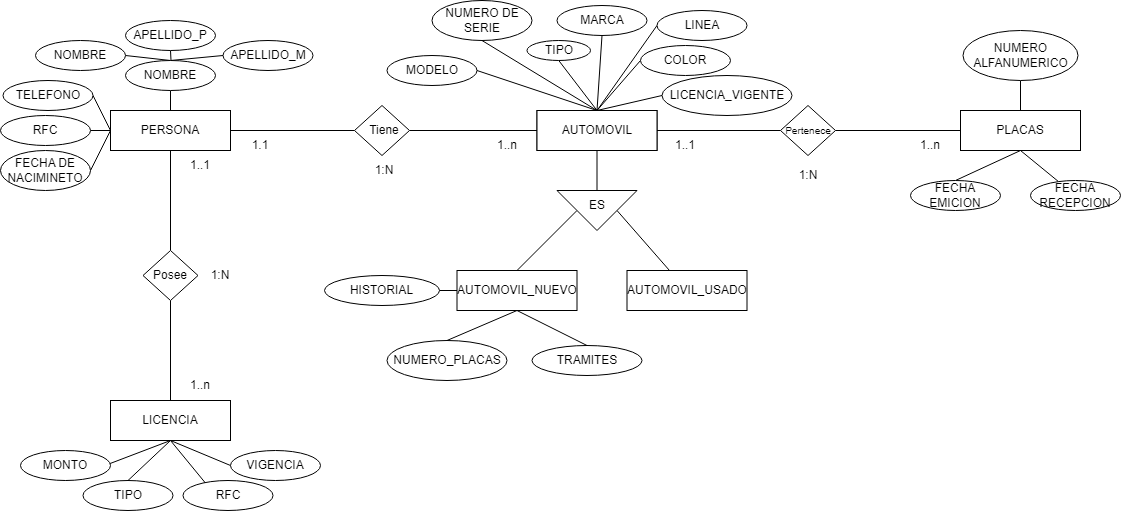
The draw.io diagram Diagramas/AgenciaFiscal.drawio.png in Melle23/Proyecto-BDA, before a commit. Source tidied: cells renumbered, new cells last; positions are measured from the earlier drawing's top-left corner, leaving out a move shared by most shapes.
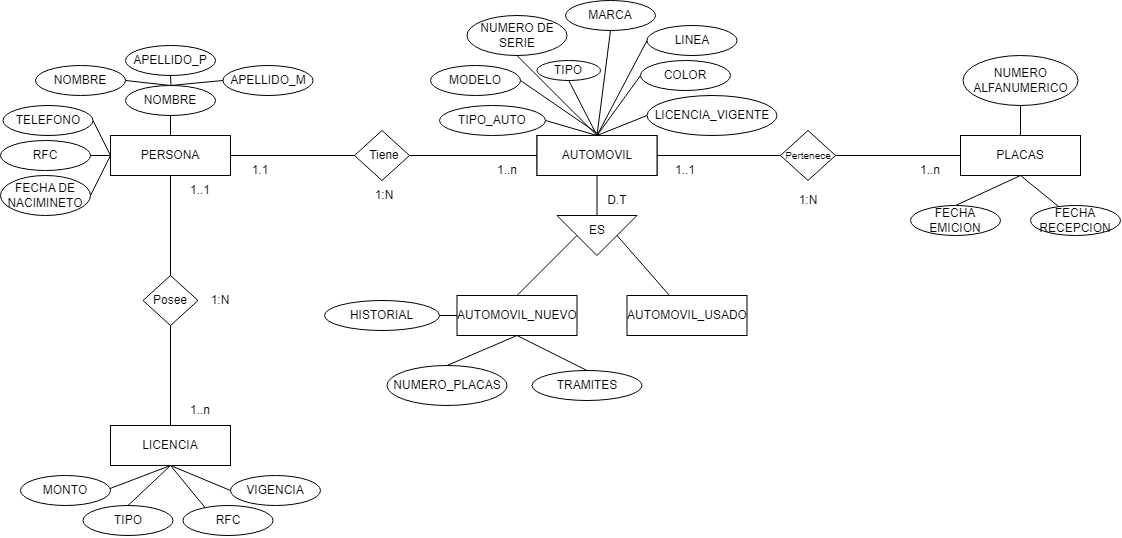
The same diagram one commit later.

What changed in the source:
```diff
@@ -114,45 +114,43 @@
     <mxCell id="37" value="FECHA RECEPCION" style="ellipse;whiteSpace=wrap;html=1;" parent="1" vertex="1">
       <mxGeometry x="1030" y="180" width="90" height="30" as="geometry" />
     </mxCell>
-    <mxCell id="38" style="rounded=0;jettySize=auto;html=1;exitX=0.5;exitY=1;exitDx=0;exitDy=0;endArrow=none;endFill=0;" parent="1" edge="1" source="39">
-      <mxGeometry relative="1" as="geometry">
-        <mxPoint x="596.5" y="110" as="targetPoint" />
-      </mxGeometry>
+    <mxCell id="38" style="rounded=0;jettySize=auto;html=1;exitX=0.5;exitY=1;exitDx=0;exitDy=0;endArrow=none;endFill=0;entryX=0.5;entryY=0;entryDx=0;entryDy=0;" parent="1" edge="1" source="39" target="55">
+      <mxGeometry relative="1" as="geometry" />
     </mxCell>
     <mxCell id="39" value="NUMERO DE SERIE" style="ellipse;whiteSpace=wrap;html=1;" parent="1" vertex="1">
-      <mxGeometry x="431.5" width="100" height="40" as="geometry" />
+      <mxGeometry x="466.5" y="-10" width="100" height="40" as="geometry" />
     </mxCell>
-    <mxCell id="40" style="rounded=0;jettySize=auto;html=1;exitX=0.5;exitY=1;exitDx=0;exitDy=0;entryX=0.5;entryY=0;entryDx=0;entryDy=0;endArrow=none;endFill=0;" parent="1" edge="1" source="41" target="55">
+    <mxCell id="40" style="rounded=0;jettySize=auto;html=1;exitX=0.5;exitY=1;exitDx=0;exitDy=0;endArrow=none;endFill=0;entryX=0.5;entryY=0;entryDx=0;entryDy=0;" parent="1" edge="1" source="41" target="55">
       <mxGeometry relative="1" as="geometry" />
     </mxCell>
     <mxCell id="41" value="MARCA" style="ellipse;whiteSpace=wrap;html=1;" parent="1" vertex="1">
-      <mxGeometry x="556.5" y="5" width="90" height="30" as="geometry" />
+      <mxGeometry x="565" y="-25" width="90" height="30" as="geometry" />
     </mxCell>
-    <mxCell id="42" style="rounded=0;jettySize=auto;html=1;exitX=0;exitY=0.5;exitDx=0;exitDy=0;entryX=0.5;entryY=0;entryDx=0;entryDy=0;endArrow=none;endFill=0;" parent="1" edge="1" source="43" target="55">
+    <mxCell id="42" style="rounded=0;jettySize=auto;html=1;exitX=0;exitY=0.5;exitDx=0;exitDy=0;endArrow=none;endFill=0;entryX=0.5;entryY=0;entryDx=0;entryDy=0;" parent="1" edge="1" source="43" target="55">
       <mxGeometry relative="1" as="geometry" />
     </mxCell>
     <mxCell id="43" value="LINEA" style="ellipse;whiteSpace=wrap;html=1;" parent="1" vertex="1">
-      <mxGeometry x="656.5" y="10" width="90" height="30" as="geometry" />
+      <mxGeometry x="646.5" width="90" height="30" as="geometry" />
     </mxCell>
     <mxCell id="44" style="rounded=0;jettySize=auto;html=1;exitX=0;exitY=0.5;exitDx=0;exitDy=0;endArrow=none;endFill=0;entryX=0.5;entryY=0;entryDx=0;entryDy=0;" parent="1" edge="1" source="45" target="55">
       <mxGeometry relative="1" as="geometry" />
     </mxCell>
     <mxCell id="45" value="COLOR" style="ellipse;whiteSpace=wrap;html=1;" parent="1" vertex="1">
-      <mxGeometry x="640" y="45" width="90" height="30" as="geometry" />
+      <mxGeometry x="640" y="35" width="90" height="30" as="geometry" />
     </mxCell>
-    <mxCell id="46" style="rounded=0;jettySize=auto;html=1;exitX=1;exitY=0.5;exitDx=0;exitDy=0;entryX=0.5;entryY=0;entryDx=0;entryDy=0;endArrow=none;endFill=0;" parent="1" edge="1" source="47" target="55">
-      <mxGeometry relative="1" as="geometry" />
+    <mxCell id="46" style="rounded=0;jettySize=auto;html=1;exitX=1;exitY=0.5;exitDx=0;exitDy=0;endArrow=none;endFill=0;" parent="1" edge="1" source="47">
+      <mxGeometry relative="1" as="geometry">
+        <mxPoint x="600" y="110" as="targetPoint" />
+      </mxGeometry>
     </mxCell>
     <mxCell id="47" value="MODELO" style="ellipse;whiteSpace=wrap;html=1;" parent="1" vertex="1">
-      <mxGeometry x="386.5" y="55" width="90" height="30" as="geometry" />
+      <mxGeometry x="430" y="40" width="90" height="30" as="geometry" />
     </mxCell>
-    <mxCell id="48" style="rounded=0;jettySize=auto;html=1;exitX=0.5;exitY=1;exitDx=0;exitDy=0;endArrow=none;endFill=0;" parent="1" edge="1" source="49">
-      <mxGeometry relative="1" as="geometry">
-        <mxPoint x="596.5" y="110" as="targetPoint" />
-      </mxGeometry>
+    <mxCell id="48" style="rounded=0;jettySize=auto;html=1;exitX=0.5;exitY=1;exitDx=0;exitDy=0;endArrow=none;endFill=0;entryX=0.5;entryY=0;entryDx=0;entryDy=0;" parent="1" edge="1" source="49" target="55">
+      <mxGeometry relative="1" as="geometry" />
     </mxCell>
     <mxCell id="49" value="TIPO" style="ellipse;whiteSpace=wrap;html=1;" parent="1" vertex="1">
-      <mxGeometry x="526.5" y="40" width="63.5" height="20" as="geometry" />
+      <mxGeometry x="536.5" y="35" width="63.5" height="20" as="geometry" />
     </mxCell>
     <mxCell id="50" style="rounded=0;jettySize=auto;html=1;exitX=0.5;exitY=1;exitDx=0;exitDy=0;entryX=0.5;entryY=0;entryDx=0;entryDy=0;endArrow=none;endFill=0;" parent="1" edge="1" source="52" target="56">
       <mxGeometry relative="1" as="geometry" />
@@ -163,6 +161,9 @@
     <mxCell id="52" style="triangle;whiteSpace=wrap;html=1;rotation=90;" parent="1" vertex="1">
       <mxGeometry x="576.5" y="170" width="40" height="80" as="geometry" />
     </mxCell>
+    <mxCell id="84" value="D.T" style="text;html=1;align=center;verticalAlign=middle;whiteSpace=wrap;rounded=0;" parent="1" vertex="1">
+      <mxGeometry x="586.5" y="160" width="60" height="30" as="geometry" />
+    </mxCell>
     <mxCell id="53" value="ES" style="text;html=1;align=center;verticalAlign=middle;whiteSpace=wrap;rounded=0;" parent="1" vertex="1">
       <mxGeometry x="566.5" y="190" width="60" height="30" as="geometry" />
     </mxCell>
@@ -182,7 +183,7 @@
       <mxGeometry relative="1" as="geometry" />
     </mxCell>
     <mxCell id="59" value="LICENCIA_VIGENTE" style="ellipse;whiteSpace=wrap;html=1;" parent="1" vertex="1">
-      <mxGeometry x="661.5" y="75" width="130" height="40" as="geometry" />
+      <mxGeometry x="646.5" y="70" width="130" height="40" as="geometry" />
     </mxCell>
     <mxCell id="60" style="rounded=0;jettySize=auto;html=1;exitX=0.5;exitY=0;exitDx=0;exitDy=0;entryX=0.5;entryY=1;entryDx=0;entryDy=0;endArrow=none;endFill=0;" parent="1" edge="1" source="61" target="56">
       <mxGeometry relative="1" as="geometry" />
@@ -258,5 +259,11 @@
     <mxCell id="83" value="&lt;font style=&quot;font-size: 10px;&quot;&gt;Pertenece&lt;/font&gt;" style="text;html=1;align=center;verticalAlign=middle;whiteSpace=wrap;rounded=0;" parent="1" vertex="1">
       <mxGeometry x="777.5" y="115" width="60" height="30" as="geometry" />
     </mxCell>
+    <mxCell id="85" style="rounded=0;jettySize=auto;html=1;exitX=1;exitY=0.5;exitDx=0;exitDy=0;entryX=0.5;entryY=0;entryDx=0;entryDy=0;endArrow=none;endFill=0;" parent="1" edge="1" source="86" target="55">
+      <mxGeometry relative="1" as="geometry" />
+    </mxCell>
+    <mxCell id="86" value="TIPO_AUTO" style="ellipse;whiteSpace=wrap;html=1;" parent="1" vertex="1">
+      <mxGeometry x="439" y="80" width="106" height="30" as="geometry" />
+    </mxCell>
   </root>
 </mxGraphModel>
```
